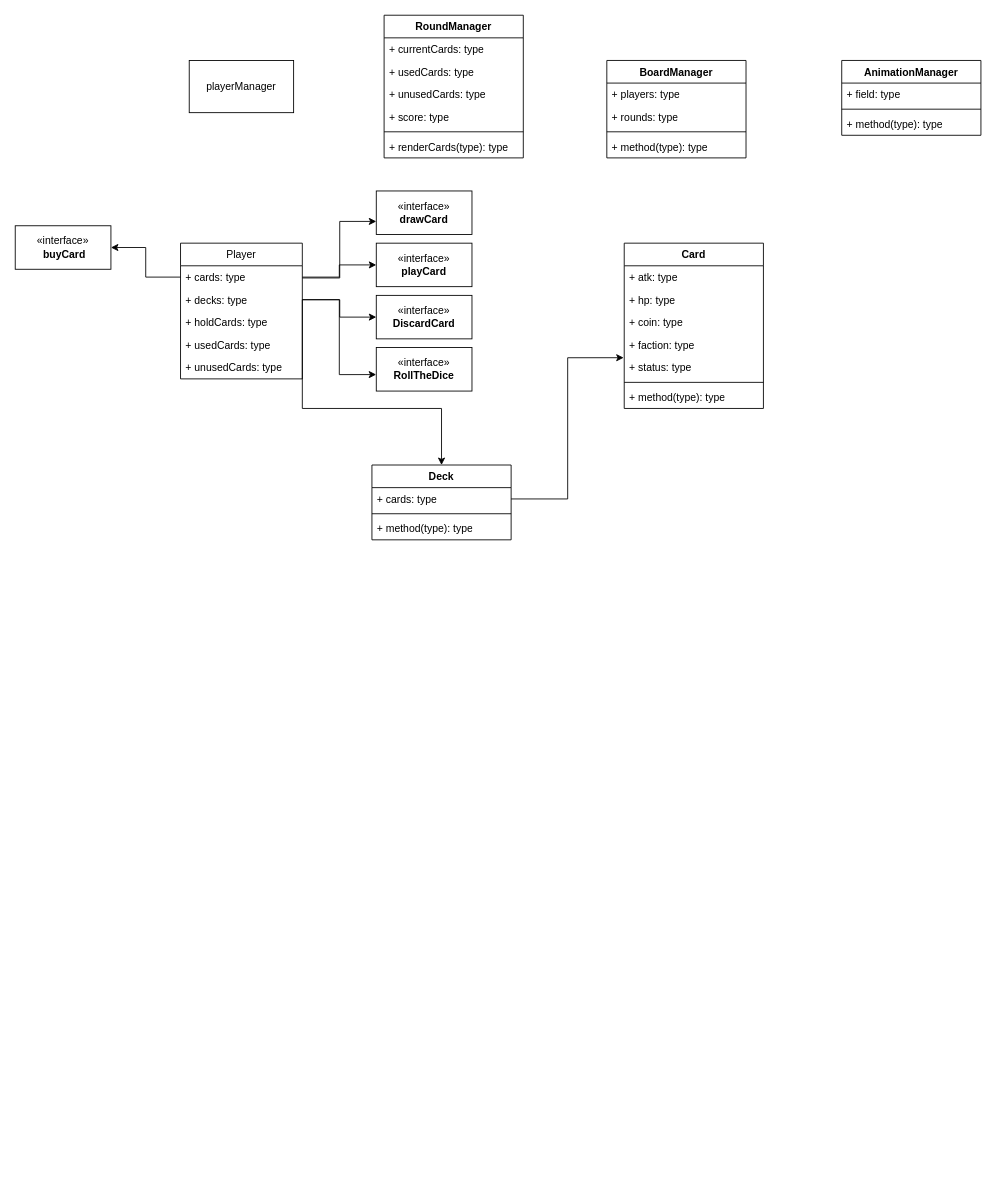
The draw.io diagram cards.drawio in hiotk/umldiagrams, before the edit. Source tidied: cells renumbered, new cells numbered last; positions are measured from the earlier drawing's top-left corner, leaving out a move shared by most shapes. Both pictures are drawn from the tidied source at 87%, with x=0, y=0 at pixel (15, 15).
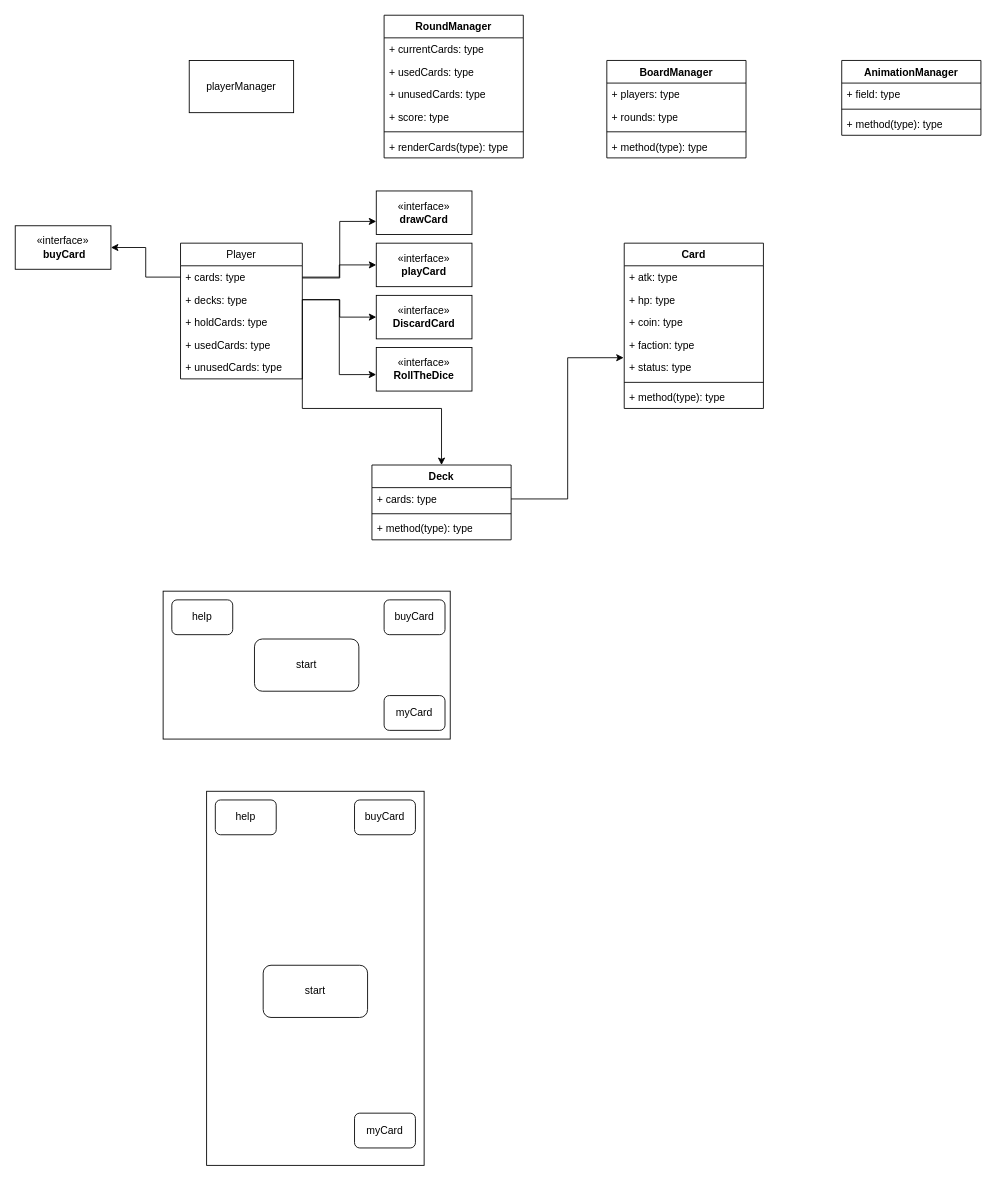
The same page after the edit.

Change to the diagram source:
```diff
@@
+    <mxCell id="49" style="rounded=0;whiteSpace=wrap;html=1;" parent="1" vertex="1">
+      <mxGeometry x="170" y="662" width="330" height="170" as="geometry" />
+    </mxCell>
+    <mxCell id="50" value="start" style="rounded=1;whiteSpace=wrap;html=1;" parent="1" vertex="1">
+      <mxGeometry x="275" y="717" width="120" height="60" as="geometry" />
+    </mxCell>
+    <mxCell id="51" value="buyCard" style="rounded=1;whiteSpace=wrap;html=1;" parent="1" vertex="1">
+      <mxGeometry x="424" y="672" width="70" height="40" as="geometry" />
+    </mxCell>
+    <mxCell id="52" value="myCard" style="rounded=1;whiteSpace=wrap;html=1;" parent="1" vertex="1">
+      <mxGeometry x="424" y="782" width="70" height="40" as="geometry" />
+    </mxCell>
+    <mxCell id="53" value="help" style="rounded=1;whiteSpace=wrap;html=1;" parent="1" vertex="1">
+      <mxGeometry x="180" y="672" width="70" height="40" as="geometry" />
+    </mxCell>
+    <mxCell id="54" style="rounded=0;whiteSpace=wrap;html=1;" parent="1" vertex="1">
+      <mxGeometry x="220" y="892" width="250" height="430" as="geometry" />
+    </mxCell>
+    <mxCell id="55" value="start" style="rounded=1;whiteSpace=wrap;html=1;" parent="1" vertex="1">
+      <mxGeometry x="285" y="1092" width="120" height="60" as="geometry" />
+    </mxCell>
+    <mxCell id="56" value="myCard" style="rounded=1;whiteSpace=wrap;html=1;" parent="1" vertex="1">
+      <mxGeometry x="390" y="1262" width="70" height="40" as="geometry" />
+    </mxCell>
+    <mxCell id="57" value="buyCard" style="rounded=1;whiteSpace=wrap;html=1;" parent="1" vertex="1">
+      <mxGeometry x="390" y="902" width="70" height="40" as="geometry" />
+    </mxCell>
+    <mxCell id="58" value="help" style="rounded=1;whiteSpace=wrap;html=1;" parent="1" vertex="1">
+      <mxGeometry x="230" y="902" width="70" height="40" as="geometry" />
+    </mxCell>
```
